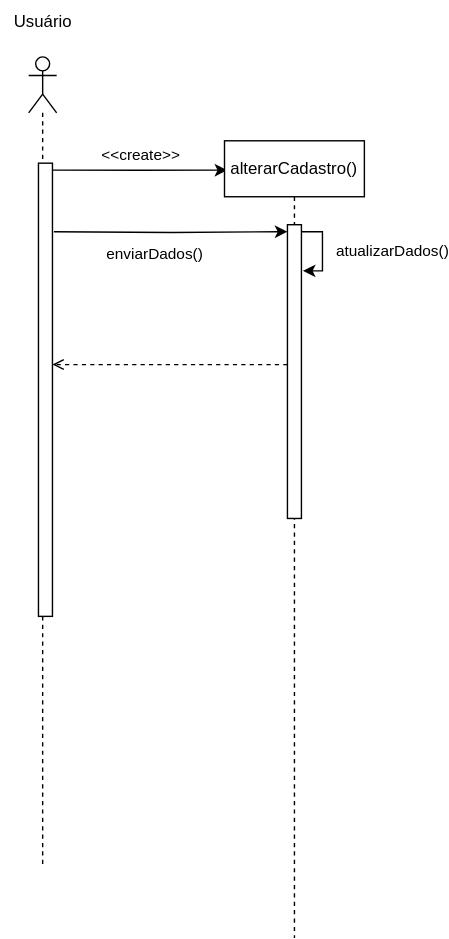
Before: Diagrama 3.drawio.svg, a diagram exported from draw.io (JesCat16/Projeto01_Modelagem_De_Software). Source tidied: cells renumbered, new cells last; positions are measured from the earlier drawing's top-left corner, leaving out a move shared by most shapes. The source it was exported from:
```xml
<mxGraphModel background="#ffffff">
  <root>
    <mxCell id="0" />
    <mxCell id="1" parent="0" />
    <mxCell id="2" style="shape=umlLifeline;perimeter=lifelinePerimeter;whiteSpace=wrap;html=1;newEdgeStyle={&quot;curved&quot;:0,&quot;rounded&quot;:0};participant=umlActor;" parent="1" vertex="1">
      <mxGeometry x="20" y="40" width="20" height="580" as="geometry" />
    </mxCell>
    <mxCell id="3" style="edgeStyle=orthogonalEdgeStyle;rounded=0;jettySize=auto;html=1;curved=0;exitX=1;exitY=0;exitDx=0;exitDy=5;exitPerimeter=0;" parent="2" edge="1" source="5">
      <mxGeometry relative="1" as="geometry">
        <mxPoint x="142" y="81" as="targetPoint" />
      </mxGeometry>
    </mxCell>
    <mxCell id="4" value="&amp;lt;&amp;lt;create&amp;gt;&amp;gt;" style="edgeLabel;html=1;align=center;verticalAlign=middle;" parent="3" vertex="1">
      <mxGeometry x="-0.27" relative="1" as="geometry">
        <mxPoint x="17" y="-11" as="offset" />
      </mxGeometry>
    </mxCell>
    <mxCell id="5" style="html=1;points=[[0,0,0,0,5],[0,1,0,0,-5],[1,0,0,0,5],[1,1,0,0,-5]];perimeter=orthogonalPerimeter;outlineConnect=0;targetShapes=umlLifeline;portConstraint=eastwest;newEdgeStyle={&quot;curved&quot;:0,&quot;rounded&quot;:0};" parent="2" vertex="1">
      <mxGeometry x="7" y="76" width="10" height="324" as="geometry" />
    </mxCell>
    <mxCell id="6" value="Usuário" style="text;html=1;align=center;verticalAlign=middle;strokeColor=none;fillColor=none;" parent="1" vertex="1">
      <mxGeometry width="60" height="30" as="geometry" />
    </mxCell>
    <mxCell id="7" value="alterarCadastro()" style="shape=umlLifeline;perimeter=lifelinePerimeter;whiteSpace=wrap;html=1;newEdgeStyle={&quot;curved&quot;:0,&quot;rounded&quot;:0};" parent="1" vertex="1">
      <mxGeometry x="160" y="100" width="100" height="570" as="geometry" />
    </mxCell>
    <mxCell id="8" style="html=1;points=[[0,0,0,0,5],[0,1,0,0,-5],[1,0,0,0,5],[1,1,0,0,-5]];perimeter=orthogonalPerimeter;outlineConnect=0;targetShapes=umlLifeline;portConstraint=eastwest;newEdgeStyle={&quot;curved&quot;:0,&quot;rounded&quot;:0};" parent="7" vertex="1">
      <mxGeometry x="45" y="60" width="10" height="210" as="geometry" />
    </mxCell>
    <mxCell id="9" style="edgeStyle=orthogonalEdgeStyle;rounded=0;jettySize=auto;html=1;curved=0;exitX=1;exitY=0;exitDx=0;exitDy=5;exitPerimeter=0;" parent="7" edge="1" source="8">
      <mxGeometry relative="1" as="geometry">
        <mxPoint x="56" y="93" as="targetPoint" />
        <Array as="points">
          <mxPoint x="70" y="65" />
          <mxPoint x="70" y="93" />
        </Array>
      </mxGeometry>
    </mxCell>
    <mxCell id="10" value="atualizarDados()" style="edgeLabel;html=1;align=center;verticalAlign=middle;" parent="9" vertex="1">
      <mxGeometry x="-0.02" y="-1" relative="1" as="geometry">
        <mxPoint x="51" as="offset" />
      </mxGeometry>
    </mxCell>
    <mxCell id="11" style="edgeStyle=orthogonalEdgeStyle;rounded=0;jettySize=auto;html=1;curved=0;entryX=0;entryY=0;entryDx=0;entryDy=5;entryPerimeter=0;" parent="1" edge="1" target="8">
      <mxGeometry relative="1" as="geometry">
        <mxPoint x="38" y="165" as="sourcePoint" />
      </mxGeometry>
    </mxCell>
    <mxCell id="12" value="enviarDados()" style="edgeLabel;html=1;align=center;verticalAlign=middle;" parent="11" vertex="1">
      <mxGeometry x="-0.68" y="2" relative="1" as="geometry">
        <mxPoint x="45" y="17" as="offset" />
      </mxGeometry>
    </mxCell>
    <mxCell id="13" style="edgeStyle=orthogonalEdgeStyle;rounded=0;orthogonalLoop=1;jettySize=auto;html=1;curved=0;dashed=1;endArrow=open;endFill=0;" parent="1" edge="1">
      <mxGeometry relative="1" as="geometry">
        <mxPoint x="205" y="260" as="sourcePoint" />
        <mxPoint x="37" y="260" as="targetPoint" />
        <Array as="points">
          <mxPoint x="37" y="260" />
        </Array>
      </mxGeometry>
    </mxCell>
  </root>
</mxGraphModel>
```
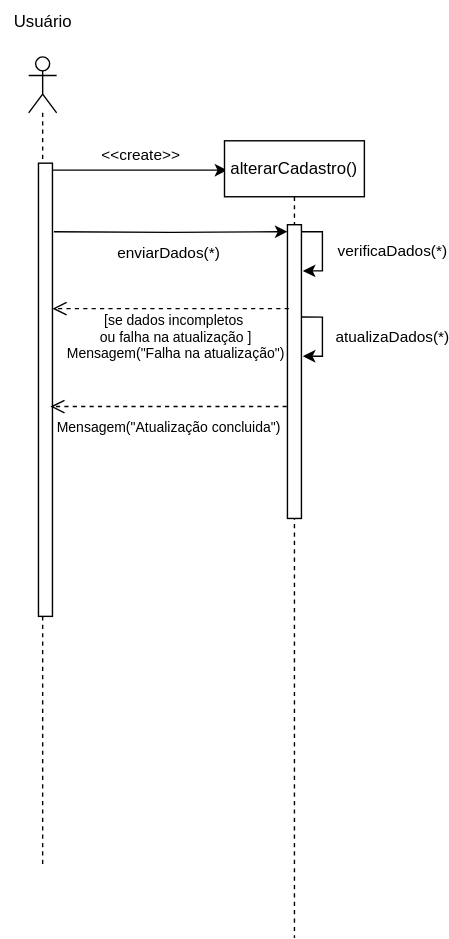
After the change.

Diff of the diagram source:
```diff
@@ -36,7 +36,7 @@
         </Array>
       </mxGeometry>
     </mxCell>
-    <mxCell id="10" value="atualizarDados()" style="edgeLabel;html=1;align=center;verticalAlign=middle;" parent="9" vertex="1">
+    <mxCell id="10" value="verificaDados(*)" style="edgeLabel;html=1;align=center;verticalAlign=middle;" parent="9" vertex="1">
       <mxGeometry x="-0.02" y="-1" relative="1" as="geometry">
         <mxPoint x="51" as="offset" />
       </mxGeometry>
@@ -46,19 +46,43 @@
         <mxPoint x="38" y="165" as="sourcePoint" />
       </mxGeometry>
     </mxCell>
-    <mxCell id="12" value="enviarDados()" style="edgeLabel;html=1;align=center;verticalAlign=middle;" parent="11" vertex="1">
+    <mxCell id="12" value="enviarDados(*)" style="edgeLabel;html=1;align=center;verticalAlign=middle;" parent="11" vertex="1">
       <mxGeometry x="-0.68" y="2" relative="1" as="geometry">
-        <mxPoint x="45" y="17" as="offset" />
+        <mxPoint x="55" y="17" as="offset" />
       </mxGeometry>
     </mxCell>
-    <mxCell id="13" style="edgeStyle=orthogonalEdgeStyle;rounded=0;orthogonalLoop=1;jettySize=auto;html=1;curved=0;dashed=1;endArrow=open;endFill=0;" parent="1" edge="1">
-      <mxGeometry relative="1" as="geometry">
-        <mxPoint x="205" y="260" as="sourcePoint" />
-        <mxPoint x="37" y="260" as="targetPoint" />
-        <Array as="points">
-          <mxPoint x="37" y="260" />
-        </Array>
-      </mxGeometry>
-    </mxCell>
+    <mxCell id="14" value="[se dados incompletos&amp;nbsp;&lt;div&gt;&lt;span style=&quot;background-color: initial;&quot;&gt;ou falha na atualização ]&lt;/span&gt;&lt;div style=&quot;font-size: 10px;&quot;&gt;Mensagem(&quot;Falha na atualização&quot;)&lt;/div&gt;&lt;/div&gt;" style="text;html=1;align=center;verticalAlign=middle;strokeColor=none;fillColor=none;fontSize=10;" parent="1" vertex="1">
+      <mxGeometry x="35" y="215" width="180" height="50" as="geometry" />
+    </mxCell>
+    <mxCell id="15" style="html=1;verticalAlign=bottom;endArrow=open;dashed=1;endSize=8;curved=0;rounded=0;" parent="1" edge="1">
+      <mxGeometry x="0.02" y="40" relative="1" as="geometry">
+        <mxPoint x="206" y="220" as="sourcePoint" />
+        <mxPoint x="37" y="220" as="targetPoint" />
+      </mxGeometry>
+    </mxCell>
+    <mxCell id="16" style="edgeStyle=orthogonalEdgeStyle;rounded=0;orthogonalLoop=1;jettySize=auto;html=1;curved=0;exitX=1;exitY=0;exitDx=0;exitDy=5;exitPerimeter=0;" parent="1" edge="1">
+      <mxGeometry relative="1" as="geometry">
+        <mxPoint x="215" y="226" as="sourcePoint" />
+        <mxPoint x="216" y="254" as="targetPoint" />
+        <Array as="points">
+          <mxPoint x="230" y="226" />
+          <mxPoint x="230" y="254" />
+        </Array>
+      </mxGeometry>
+    </mxCell>
+    <mxCell id="17" value="atualizaDados(*)" style="edgeLabel;html=1;align=center;verticalAlign=middle;" parent="16" vertex="1">
+      <mxGeometry x="-0.02" y="-1" relative="1" as="geometry">
+        <mxPoint x="51" as="offset" />
+      </mxGeometry>
+    </mxCell>
+    <mxCell id="18" value="&lt;div&gt;&lt;div style=&quot;font-size: 10px;&quot;&gt;Mensagem(&quot;Atualização concluida&quot;)&lt;/div&gt;&lt;/div&gt;" style="text;html=1;align=center;verticalAlign=middle;strokeColor=none;fillColor=none;fontSize=10;" parent="1" vertex="1">
+      <mxGeometry x="30" y="290" width="180" height="30" as="geometry" />
+    </mxCell>
+    <mxCell id="19" style="html=1;verticalAlign=bottom;endArrow=open;dashed=1;endSize=8;curved=0;rounded=0;" parent="1" edge="1">
+      <mxGeometry x="0.02" y="40" relative="1" as="geometry">
+        <mxPoint x="204.5" y="290" as="sourcePoint" />
+        <mxPoint x="35.5" y="290" as="targetPoint" />
+      </mxGeometry>
+    </mxCell>
   </root>
 </mxGraphModel>
```
